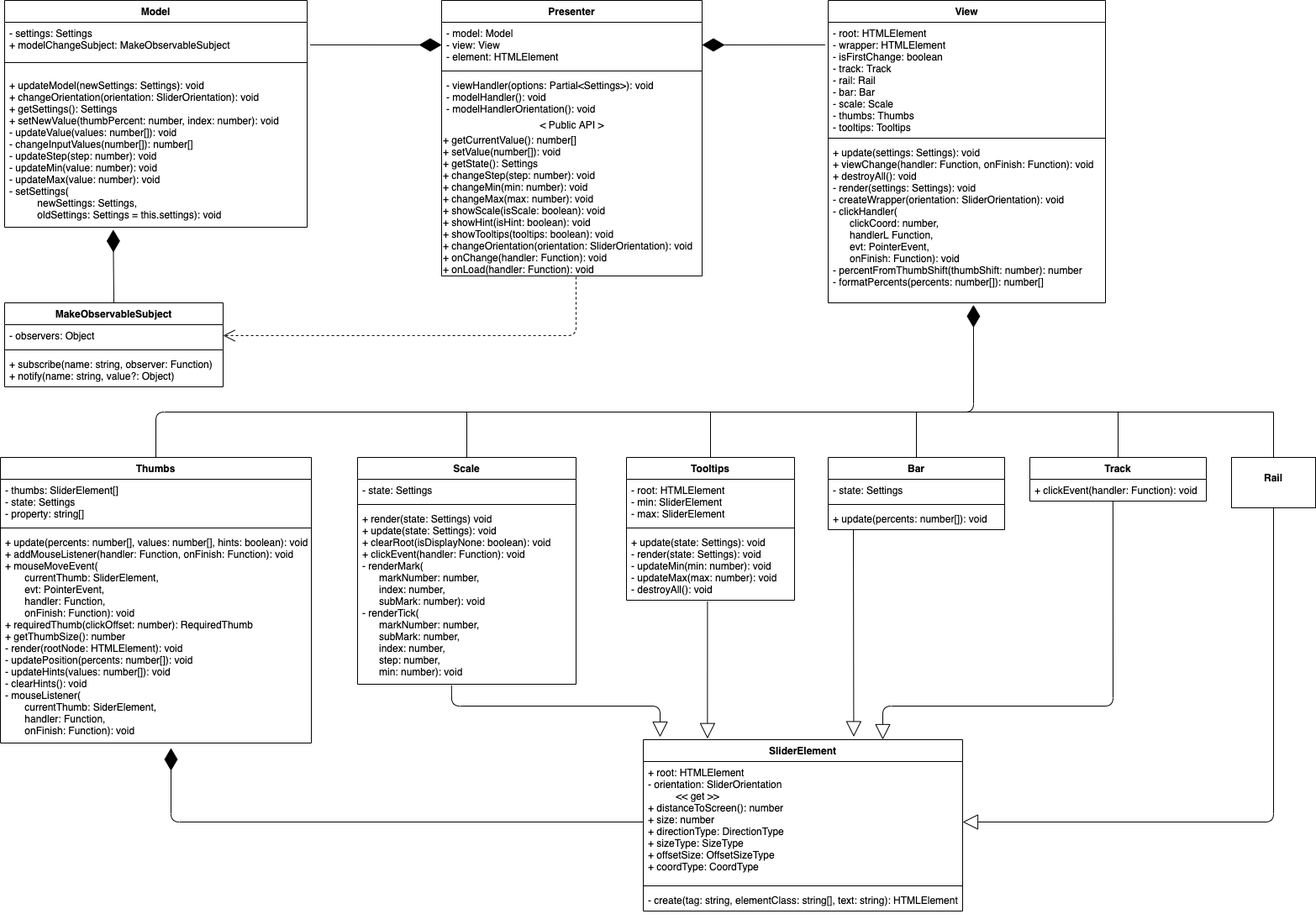
Above: src/UML/UML.png in PsarewIvan/fsd-task2 (draw.io), before the change. Source tidied: cells renumbered, new cells last; positions are measured from the earlier drawing's top-left corner, leaving out a move shared by most shapes.
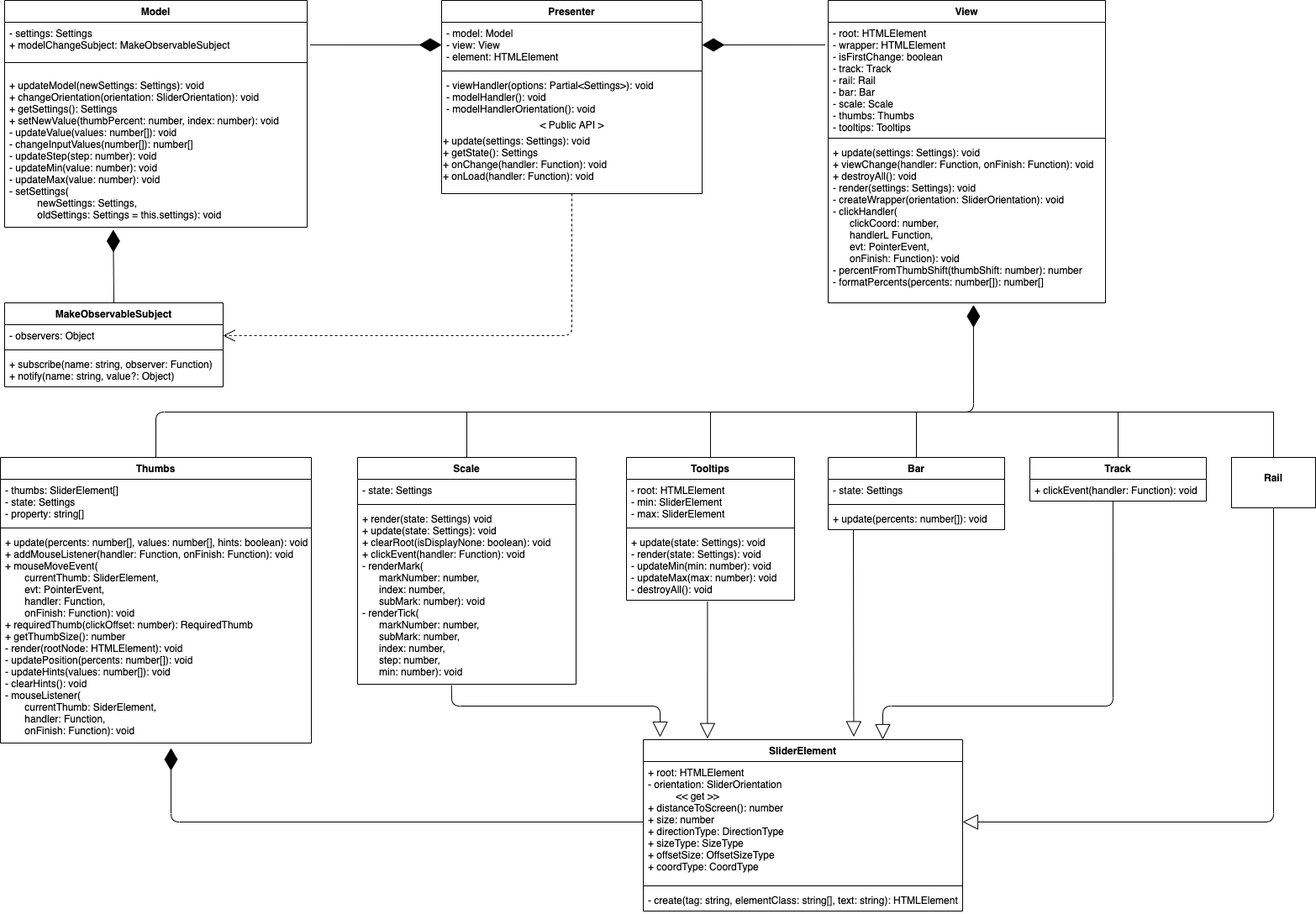
The same diagram one commit later.

Commit message:
Обновляет UML диаграмму

The edit, as a diff of the source:
```diff
@@ -8,7 +8,7 @@
       </mxGeometry>
     </mxCell>
     <mxCell id="3" value="Presenter" style="swimlane;fontStyle=1;align=center;verticalAlign=top;horizontal=1;startSize=26;rounded=0;shadow=0;strokeWidth=1;" parent="1" vertex="1">
-      <mxGeometry x="525" width="310" height="328" as="geometry" />
+      <mxGeometry x="525" width="310" height="230" as="geometry" />
     </mxCell>
     <mxCell id="4" value="- model: Model&#10;- view: View&#10;- element: HTMLElement" style="text;align=left;verticalAlign=top;spacingLeft=4;spacingRight=4;overflow=hidden;points=[[0,0.5],[1,0.5]];portConstraint=eastwest;" parent="3" vertex="1">
       <mxGeometry y="26" width="310" height="54" as="geometry" />
@@ -22,8 +22,8 @@
     <mxCell id="7" value="&lt;div&gt;&lt;span&gt;&amp;lt; Public API &amp;gt;&lt;/span&gt;&lt;/div&gt;" style="text;html=1;align=center;verticalAlign=middle;" parent="3" vertex="1">
       <mxGeometry y="138" width="310" height="20" as="geometry" />
     </mxCell>
-    <mxCell id="8" value="+ getCurrentValue(): number[]&lt;br&gt;+ setValue(number[]): void&lt;br&gt;+ getState(): Settings&lt;br&gt;+ changeStep(step: number): void&lt;br&gt;+ changeMin(min: number): void&lt;br&gt;+ changeMax(max: number): void&lt;br&gt;+ showScale(isScale: boolean): void&lt;br&gt;+ showHint(isHint: boolean): void&lt;br&gt;+ showTooltips(tooltips: boolean): void&lt;br&gt;+ changeOrientation(orientation: SliderOrientation): void&lt;br&gt;+ onChange(handler: Function): void&lt;br&gt;+ onLoad(handler: Function): void" style="text;html=1;align=left;verticalAlign=middle;" parent="3" vertex="1">
-      <mxGeometry y="158" width="310" height="170" as="geometry" />
+    <mxCell id="8" value="+ update(settings: Settings): void&lt;br&gt;+ getState(): Settings&lt;br&gt;+ onChange(handler: Function): void&lt;br&gt;+ onLoad(handler: Function): void" style="text;html=1;align=left;verticalAlign=middle;" parent="3" vertex="1">
+      <mxGeometry y="158" width="310" height="60" as="geometry" />
     </mxCell>
     <mxCell id="9" value="Model" style="swimlane;fontStyle=1;align=center;verticalAlign=top;horizontal=1;startSize=26;html=0;" parent="1" vertex="1">
       <mxGeometry x="5" width="360" height="270" as="geometry" />
@@ -159,11 +159,10 @@
     <mxCell id="48" style="edgeStyle=orthogonalEdgeStyle;rounded=0;orthogonalLoop=1;jettySize=auto;html=1;exitX=0.5;exitY=1;exitDx=0;exitDy=0;" parent="1" edge="1" source="47" target="47">
       <mxGeometry relative="1" as="geometry" />
     </mxCell>
-    <mxCell id="49" style="endArrow=open;endSize=12;dashed=1;html=1;entryX=1;entryY=0.5;entryDx=0;entryDy=0;" parent="1" edge="1" target="18">
+    <mxCell id="49" style="endArrow=open;endSize=12;dashed=1;html=1;entryX=1;entryY=0.5;entryDx=0;entryDy=0;exitX=0.5;exitY=1;exitDx=0;exitDy=0;" parent="1" edge="1" source="3" target="18">
       <mxGeometry relative="1" as="geometry">
-        <mxPoint x="685" y="329" as="sourcePoint" />
         <Array as="points">
-          <mxPoint x="685" y="399" />
+          <mxPoint x="680" y="399" />
         </Array>
       </mxGeometry>
     </mxCell>
```
